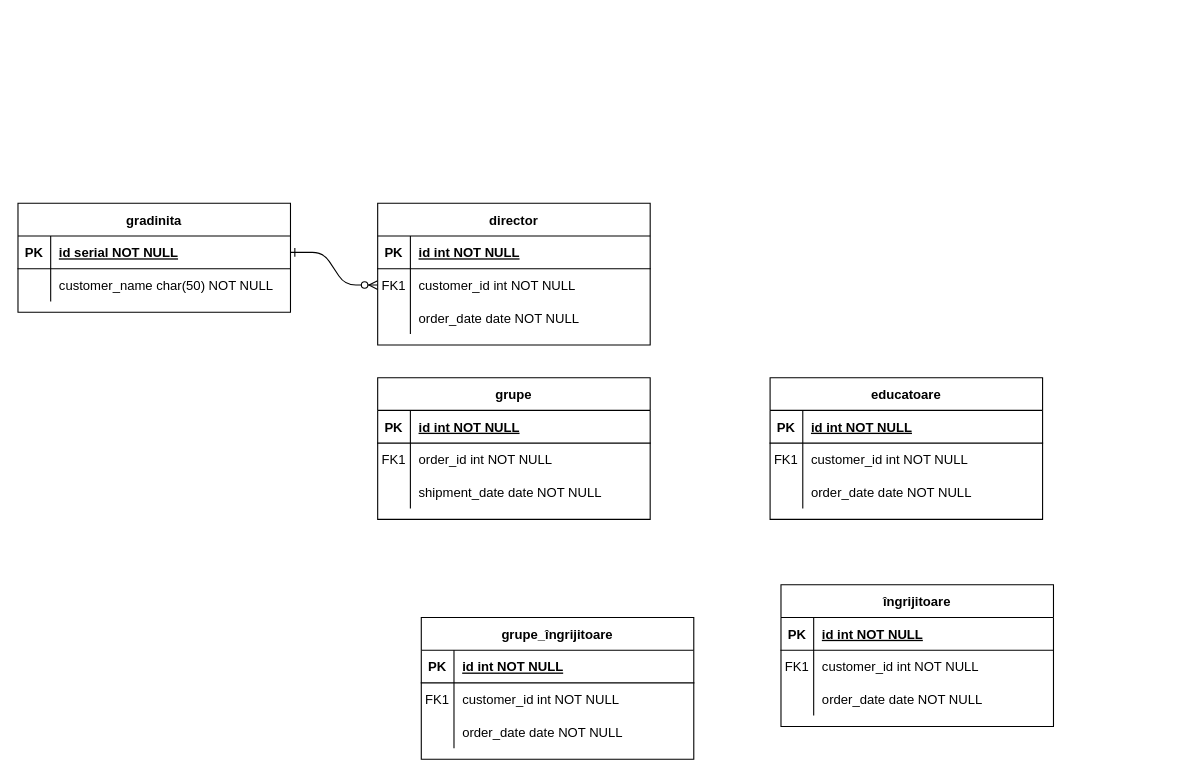
Before: diagrama_conceptuală_2.drawio in AndreeaRusanda/spatial_db, a draw.io diagram. Source tidied: cells renumbered, new cells numbered last; positions are measured from the earlier drawing's top-left corner, leaving out a move shared by most shapes. Both pictures are drawn from the tidied source at 109%, with x=0, y=0 at pixel (17, 203).
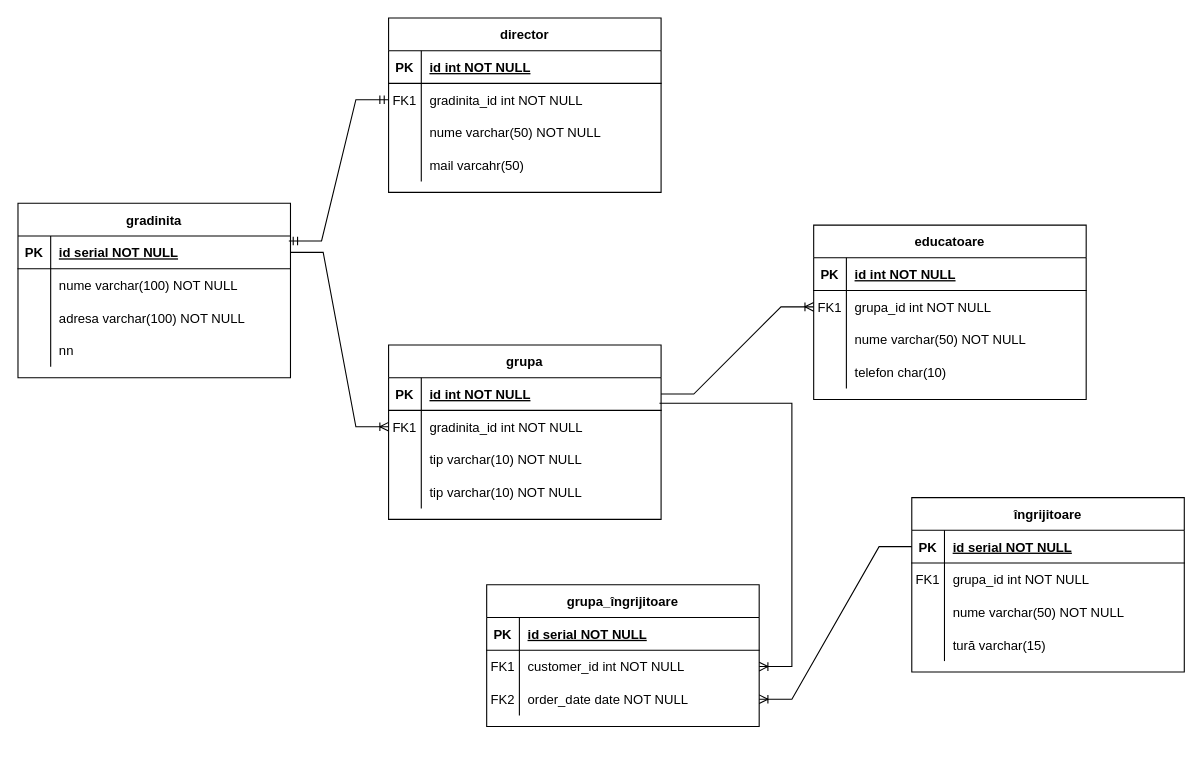
The same diagram, later.

The change refers to these unchanged cells:
```xml
<mxCell id="7" style="shape=partialRectangle;fillColor=none;points=[[0,0.5],[1,0.5]];portConstraint=eastwest;top=0;left=0;right=0;bottom=0;" parent="3" vertex="1">
  <mxGeometry y="60" width="250" height="30" as="geometry" />
</mxCell>
<mxCell id="10" style="shape=partialRectangle;fillColor=none;top=0;left=0;right=0;bottom=0;" parent="3" vertex="1">
  <mxGeometry y="90" width="250" height="30" as="geometry" />
</mxCell>
<mxCell id="14" style="shape=partialRectangle;fillColor=none;points=[[0,0.5],[1,0.5]];portConstraint=eastwest;top=0;left=0;right=0;bottom=1;" parent="13" vertex="1">
  <mxGeometry y="30" width="250" height="30" as="geometry" />
</mxCell>
<mxCell id="17" style="shape=partialRectangle;fillColor=none;points=[[0,0.5],[1,0.5]];portConstraint=eastwest;top=0;left=0;right=0;bottom=0;" parent="13" vertex="1">
  <mxGeometry y="60" width="250" height="30" as="geometry" />
</mxCell>
<mxCell id="20" style="shape=partialRectangle;fillColor=none;top=0;left=0;right=0;bottom=0;" parent="13" vertex="1">
  <mxGeometry y="90" width="250" height="30" as="geometry" />
</mxCell>
<mxCell id="24" style="shape=partialRectangle;fillColor=none;points=[[0,0.5],[1,0.5]];portConstraint=eastwest;top=0;left=0;right=0;bottom=1;" parent="23" vertex="1">
  <mxGeometry y="30" width="250" height="30" as="geometry" />
</mxCell>
<mxCell id="27" style="shape=partialRectangle;fillColor=none;top=0;left=0;right=0;bottom=0;" parent="23" vertex="1">
  <mxGeometry y="60" width="250" height="30" as="geometry" />
</mxCell>
<mxCell id="34" style="shape=partialRectangle;fillColor=none;points=[[0,0.5],[1,0.5]];portConstraint=eastwest;top=0;left=0;right=0;bottom=0;" parent="30" vertex="1">
  <mxGeometry y="60" width="250" height="30" as="geometry" />
</mxCell>
<mxCell id="37" style="shape=partialRectangle;fillColor=none;top=0;left=0;right=0;bottom=0;" parent="30" vertex="1">
  <mxGeometry y="90" width="250" height="30" as="geometry" />
</mxCell>
<mxCell id="41" style="shape=partialRectangle;fillColor=none;points=[[0,0.5],[1,0.5]];portConstraint=eastwest;top=0;left=0;right=0;bottom=1;" parent="40" vertex="1">
  <mxGeometry y="30" width="250" height="30" as="geometry" />
</mxCell>
<mxCell id="44" style="shape=partialRectangle;fillColor=none;top=0;left=0;right=0;bottom=0;" parent="40" vertex="1">
  <mxGeometry y="60" width="250" height="30" as="geometry" />
</mxCell>
<mxCell id="47" style="shape=partialRectangle;fillColor=none;top=0;left=0;right=0;bottom=0;" parent="40" vertex="1">
  <mxGeometry y="90" width="250" height="30" as="geometry" />
</mxCell>
<mxCell id="51" style="shape=partialRectangle;fillColor=none;top=0;left=0;right=0;bottom=1;" parent="50" vertex="1">
  <mxGeometry y="30" width="250" height="30" as="geometry" />
</mxCell>
<mxCell id="54" style="shape=partialRectangle;fillColor=none;points=[[0,0.5],[1,0.5]];portConstraint=eastwest;top=0;left=0;right=0;bottom=0;" parent="50" vertex="1">
  <mxGeometry y="60" width="250" height="30" as="geometry" />
</mxCell>
<mxCell id="57" style="shape=partialRectangle;fillColor=none;points=[[0,0.5],[1,0.5]];portConstraint=eastwest;top=0;left=0;right=0;bottom=0;" parent="50" vertex="1">
  <mxGeometry y="90" width="250" height="30" as="geometry" />
</mxCell>
```

The edit, as a diff of the source:
```diff
@@
-    <mxCell id="2" style="edgeStyle=entityRelationEdgeStyle;endArrow=ERzeroToMany;startArrow=ERone;endFill=1;startFill=0;" parent="1" edge="1" source="24" target="7">
-      <mxGeometry relative="1" as="geometry" />
-    </mxCell>
     <mxCell id="3" value="director" style="shape=table;startSize=30;childLayout=tableLayout;rowLines=0;fontStyle=1;align=center;" parent="1" vertex="1">
-      <mxGeometry x="330" width="250" height="130" as="geometry" />
+      <mxGeometry x="340" y="-170" width="250" height="160" as="geometry" />
     </mxCell>
@@
-    <mxCell id="9" value="customer_id int NOT NULL" style="shape=partialRectangle;overflow=hidden;fillColor=none;top=0;left=0;bottom=0;right=0;align=left;spacingLeft=6;" parent="7" vertex="1">
+    <mxCell id="9" value="gradinita_id int NOT NULL" style="shape=partialRectangle;overflow=hidden;fillColor=none;top=0;left=0;bottom=0;right=0;align=left;spacingLeft=6;" parent="7" vertex="1">
       <mxGeometry x="30" width="220" height="30" as="geometry" />
     </mxCell>
@@
-    <mxCell id="12" value="order_date date NOT NULL" style="shape=partialRectangle;overflow=hidden;fillColor=none;top=0;left=0;bottom=0;right=0;align=left;spacingLeft=6;" parent="10" vertex="1">
+    <mxCell id="12" value="nume varchar(50) NOT NULL " style="shape=partialRectangle;overflow=hidden;fillColor=none;top=0;left=0;bottom=0;right=0;align=left;spacingLeft=6;" parent="10" vertex="1">
       <mxGeometry x="30" width="220" height="30" as="geometry" />
     </mxCell>
+    <mxCell id="60" style="shape=partialRectangle;fillColor=none;top=0;left=0;right=0;bottom=0;" parent="3" vertex="1">
+      <mxGeometry y="120" width="250" height="30" as="geometry" />
+    </mxCell>
+    <mxCell id="61" style="shape=partialRectangle;overflow=hidden;fillColor=none;top=0;left=0;bottom=0;right=0;" parent="60" vertex="1">
+      <mxGeometry width="30" height="30" as="geometry" />
+    </mxCell>
+    <mxCell id="62" value="mail varcahr(50)  " style="shape=partialRectangle;overflow=hidden;fillColor=none;top=0;left=0;bottom=0;right=0;align=left;spacingLeft=6;" parent="60" vertex="1">
+      <mxGeometry x="30" width="220" height="30" as="geometry" />
+    </mxCell>
-    <mxCell id="13" value="grupe" style="shape=table;startSize=30;childLayout=tableLayout;rowLines=0;fontStyle=1;align=center;" parent="1" vertex="1">
-      <mxGeometry x="330" y="160" width="250" height="130" as="geometry" />
+    <mxCell id="13" value="grupa" style="shape=table;startSize=30;childLayout=tableLayout;rowLines=0;fontStyle=1;align=center;" parent="1" vertex="1">
+      <mxGeometry x="340" y="130" width="250" height="160" as="geometry" />
     </mxCell>
@@
-    <mxCell id="19" value="order_id int NOT NULL" style="shape=partialRectangle;overflow=hidden;fillColor=none;top=0;left=0;bottom=0;right=0;align=left;spacingLeft=6;" parent="17" vertex="1">
+    <mxCell id="19" value="gradinita_id int NOT NULL" style="shape=partialRectangle;overflow=hidden;fillColor=none;top=0;left=0;bottom=0;right=0;align=left;spacingLeft=6;" parent="17" vertex="1">
       <mxGeometry x="30" width="220" height="30" as="geometry" />
     </mxCell>
@@
-    <mxCell id="22" value="shipment_date date NOT NULL" style="shape=partialRectangle;overflow=hidden;fillColor=none;top=0;left=0;bottom=0;right=0;align=left;spacingLeft=6;" parent="20" vertex="1">
+    <mxCell id="22" value="tip varchar(10) NOT NULL" style="shape=partialRectangle;overflow=hidden;fillColor=none;top=0;left=0;bottom=0;right=0;align=left;spacingLeft=6;" parent="20" vertex="1">
       <mxGeometry x="30" width="220" height="30" as="geometry" />
     </mxCell>
+    <mxCell id="63" style="shape=partialRectangle;fillColor=none;top=0;left=0;right=0;bottom=0;" parent="13" vertex="1">
+      <mxGeometry y="120" width="250" height="30" as="geometry" />
+    </mxCell>
+    <mxCell id="64" style="shape=partialRectangle;overflow=hidden;fillColor=none;top=0;left=0;bottom=0;right=0;" parent="63" vertex="1">
+      <mxGeometry width="30" height="30" as="geometry" />
+    </mxCell>
+    <mxCell id="65" value="tip varchar(10) NOT NULL" style="shape=partialRectangle;overflow=hidden;fillColor=none;top=0;left=0;bottom=0;right=0;align=left;spacingLeft=6;" parent="63" vertex="1">
+      <mxGeometry x="30" width="220" height="30" as="geometry" />
+    </mxCell>
     <mxCell id="23" value="gradinita" style="shape=table;startSize=30;childLayout=tableLayout;rowLines=0;fontStyle=1;align=center;" parent="1" vertex="1">
-      <mxGeometry width="250" height="100" as="geometry" />
+      <mxGeometry width="250" height="160" as="geometry" />
     </mxCell>
@@
-    <mxCell id="29" value="customer_name char(50) NOT NULL" style="shape=partialRectangle;overflow=hidden;fillColor=none;top=0;left=0;bottom=0;right=0;align=left;spacingLeft=6;" parent="27" vertex="1">
+    <mxCell id="29" value="nume varchar(100) NOT NULL" style="shape=partialRectangle;overflow=hidden;fillColor=none;top=0;left=0;bottom=0;right=0;align=left;spacingLeft=6;" parent="27" vertex="1">
       <mxGeometry x="30" width="220" height="30" as="geometry" />
     </mxCell>
+    <mxCell id="66" style="shape=partialRectangle;fillColor=none;top=0;left=0;right=0;bottom=0;" parent="23" vertex="1">
+      <mxGeometry y="90" width="250" height="30" as="geometry" />
+    </mxCell>
+    <mxCell id="67" style="shape=partialRectangle;overflow=hidden;fillColor=none;top=0;left=0;bottom=0;right=0;" parent="66" vertex="1">
+      <mxGeometry width="30" height="30" as="geometry" />
+    </mxCell>
+    <mxCell id="68" value="adresa varchar(100) NOT NULL" style="shape=partialRectangle;overflow=hidden;fillColor=none;top=0;left=0;bottom=0;right=0;align=left;spacingLeft=6;" parent="66" vertex="1">
+      <mxGeometry x="30" width="220" height="30" as="geometry" />
+    </mxCell>
+    <mxCell id="69" style="shape=partialRectangle;fillColor=none;top=0;left=0;right=0;bottom=0;" parent="23" vertex="1">
+      <mxGeometry y="120" width="250" height="30" as="geometry" />
+    </mxCell>
+    <mxCell id="70" style="shape=partialRectangle;overflow=hidden;fillColor=none;top=0;left=0;bottom=0;right=0;" parent="69" vertex="1">
+      <mxGeometry width="30" height="30" as="geometry" />
+    </mxCell>
+    <mxCell id="71" value="nn" style="shape=partialRectangle;overflow=hidden;fillColor=none;top=0;left=0;bottom=0;right=0;align=left;spacingLeft=6;" parent="69" vertex="1">
+      <mxGeometry x="30" width="220" height="30" as="geometry" />
+    </mxCell>
     <mxCell id="30" value="educatoare" style="shape=table;startSize=30;childLayout=tableLayout;rowLines=0;fontStyle=1;align=center;" parent="1" vertex="1">
-      <mxGeometry x="690" y="160" width="250" height="130" as="geometry" />
+      <mxGeometry x="730" y="20" width="250" height="160" as="geometry" />
     </mxCell>
@@
-    <mxCell id="36" value="customer_id int NOT NULL" style="shape=partialRectangle;overflow=hidden;fillColor=none;top=0;left=0;bottom=0;right=0;align=left;spacingLeft=6;" parent="34" vertex="1">
+    <mxCell id="36" value="grupa_id int NOT NULL" style="shape=partialRectangle;overflow=hidden;fillColor=none;top=0;left=0;bottom=0;right=0;align=left;spacingLeft=6;" parent="34" vertex="1">
       <mxGeometry x="30" width="220" height="30" as="geometry" />
     </mxCell>
@@
-    <mxCell id="39" value="order_date date NOT NULL" style="shape=partialRectangle;overflow=hidden;fillColor=none;top=0;left=0;bottom=0;right=0;align=left;spacingLeft=6;" parent="37" vertex="1">
+    <mxCell id="39" value="nume varchar(50) NOT NULL" style="shape=partialRectangle;overflow=hidden;fillColor=none;top=0;left=0;bottom=0;right=0;align=left;spacingLeft=6;" parent="37" vertex="1">
       <mxGeometry x="30" width="220" height="30" as="geometry" />
     </mxCell>
+    <mxCell id="72" style="shape=partialRectangle;fillColor=none;top=0;left=0;right=0;bottom=0;" parent="30" vertex="1">
+      <mxGeometry y="120" width="250" height="30" as="geometry" />
+    </mxCell>
+    <mxCell id="73" style="shape=partialRectangle;overflow=hidden;fillColor=none;top=0;left=0;bottom=0;right=0;" parent="72" vertex="1">
+      <mxGeometry width="30" height="30" as="geometry" />
+    </mxCell>
+    <mxCell id="74" value="telefon char(10)" style="shape=partialRectangle;overflow=hidden;fillColor=none;top=0;left=0;bottom=0;right=0;align=left;spacingLeft=6;" parent="72" vertex="1">
+      <mxGeometry x="30" width="220" height="30" as="geometry" />
+    </mxCell>
     <mxCell id="40" value="îngrijitoare" style="shape=table;startSize=30;childLayout=tableLayout;rowLines=0;fontStyle=1;align=center;" parent="1" vertex="1">
-      <mxGeometry x="700" y="350" width="250" height="130" as="geometry" />
+      <mxGeometry x="820" y="270" width="250" height="160" as="geometry" />
     </mxCell>
@@
-    <mxCell id="43" value="id int NOT NULL " style="shape=partialRectangle;overflow=hidden;fillColor=none;top=0;left=0;bottom=0;right=0;align=left;spacingLeft=6;fontStyle=5;" parent="41" vertex="1">
+    <mxCell id="43" value="id serial NOT NULL " style="shape=partialRectangle;overflow=hidden;fillColor=none;top=0;left=0;bottom=0;right=0;align=left;spacingLeft=6;fontStyle=5;" parent="41" vertex="1">
       <mxGeometry x="30" width="220" height="30" as="geometry" />
     </mxCell>
@@
-    <mxCell id="46" value="customer_id int NOT NULL" style="shape=partialRectangle;overflow=hidden;fillColor=none;top=0;left=0;bottom=0;right=0;align=left;spacingLeft=6;" parent="44" vertex="1">
+    <mxCell id="46" value="grupa_id int NOT NULL" style="shape=partialRectangle;overflow=hidden;fillColor=none;top=0;left=0;bottom=0;right=0;align=left;spacingLeft=6;" parent="44" vertex="1">
       <mxGeometry x="30" width="220" height="30" as="geometry" />
     </mxCell>
@@
-    <mxCell id="49" value="order_date date NOT NULL" style="shape=partialRectangle;overflow=hidden;fillColor=none;top=0;left=0;bottom=0;right=0;align=left;spacingLeft=6;" parent="47" vertex="1">
+    <mxCell id="49" value="nume varchar(50) NOT NULL" style="shape=partialRectangle;overflow=hidden;fillColor=none;top=0;left=0;bottom=0;right=0;align=left;spacingLeft=6;" parent="47" vertex="1">
       <mxGeometry x="30" width="220" height="30" as="geometry" />
     </mxCell>
+    <mxCell id="75" style="shape=partialRectangle;fillColor=none;top=0;left=0;right=0;bottom=0;" parent="40" vertex="1">
+      <mxGeometry y="120" width="250" height="30" as="geometry" />
+    </mxCell>
+    <mxCell id="76" style="shape=partialRectangle;overflow=hidden;fillColor=none;top=0;left=0;bottom=0;right=0;" parent="75" vertex="1">
+      <mxGeometry width="30" height="30" as="geometry" />
+    </mxCell>
+    <mxCell id="77" value="tură varchar(15) " style="shape=partialRectangle;overflow=hidden;fillColor=none;top=0;left=0;bottom=0;right=0;align=left;spacingLeft=6;" parent="75" vertex="1">
+      <mxGeometry x="30" width="220" height="30" as="geometry" />
+    </mxCell>
-    <mxCell id="50" value="grupe_îngrijitoare" style="shape=table;startSize=30;childLayout=tableLayout;rowLines=0;fontStyle=1;align=center;" parent="1" vertex="1">
-      <mxGeometry x="370" y="380" width="250" height="130" as="geometry" />
+    <mxCell id="50" value="grupa_îngrijitoare" style="shape=table;startSize=30;childLayout=tableLayout;rowLines=0;fontStyle=1;align=center;" parent="1" vertex="1">
+      <mxGeometry x="430" y="350" width="250" height="130" as="geometry" />
     </mxCell>
@@
-    <mxCell id="53" value="id int NOT NULL " style="shape=partialRectangle;overflow=hidden;fillColor=none;top=0;left=0;bottom=0;right=0;align=left;spacingLeft=6;fontStyle=5;" parent="51" vertex="1">
+    <mxCell id="53" value="id serial NOT NULL " style="shape=partialRectangle;overflow=hidden;fillColor=none;top=0;left=0;bottom=0;right=0;align=left;spacingLeft=6;fontStyle=5;" parent="51" vertex="1">
       <mxGeometry x="30" width="220" height="30" as="geometry" />
     </mxCell>
@@
-    <mxCell id="58" style="shape=partialRectangle;overflow=hidden;fillColor=none;top=0;left=0;bottom=0;right=0;" parent="57" vertex="1">
+    <mxCell id="58" value="FK2" style="shape=partialRectangle;overflow=hidden;fillColor=none;top=0;left=0;bottom=0;right=0;" parent="57" vertex="1">
       <mxGeometry width="30" height="30" as="geometry" />
     </mxCell>
@@
+    <mxCell id="2" style="edgeStyle=entityRelationEdgeStyle;fontSize=12;html=1;endArrow=ERmandOne;startArrow=ERmandOne;rounded=0;exitX=0.994;exitY=0.153;exitDx=0;exitDy=0;exitPerimeter=0;" parent="1" edge="1" source="24" target="7">
+      <mxGeometry relative="1" as="geometry" />
+    </mxCell>
+    <mxCell id="78" style="edgeStyle=entityRelationEdgeStyle;fontSize=12;html=1;endArrow=ERoneToMany;rounded=0;exitX=1;exitY=0.5;exitDx=0;exitDy=0;" parent="1" edge="1" source="24" target="17">
+      <mxGeometry relative="1" as="geometry" />
+    </mxCell>
+    <mxCell id="79" style="edgeStyle=entityRelationEdgeStyle;fontSize=12;html=1;endArrow=ERoneToMany;rounded=0;" parent="1" edge="1" source="14" target="34">
+      <mxGeometry relative="1" as="geometry" />
+    </mxCell>
+    <mxCell id="80" style="edgeStyle=entityRelationEdgeStyle;fontSize=12;html=1;endArrow=ERoneToMany;rounded=0;exitX=0.994;exitY=0.78;exitDx=0;exitDy=0;exitPerimeter=0;" parent="1" edge="1" source="14" target="54">
+      <mxGeometry relative="1" as="geometry" />
+    </mxCell>
+    <mxCell id="81" style="edgeStyle=entityRelationEdgeStyle;fontSize=12;html=1;endArrow=ERoneToMany;rounded=0;" parent="1" edge="1" source="41" target="57">
+      <mxGeometry relative="1" as="geometry" />
+    </mxCell>
```
